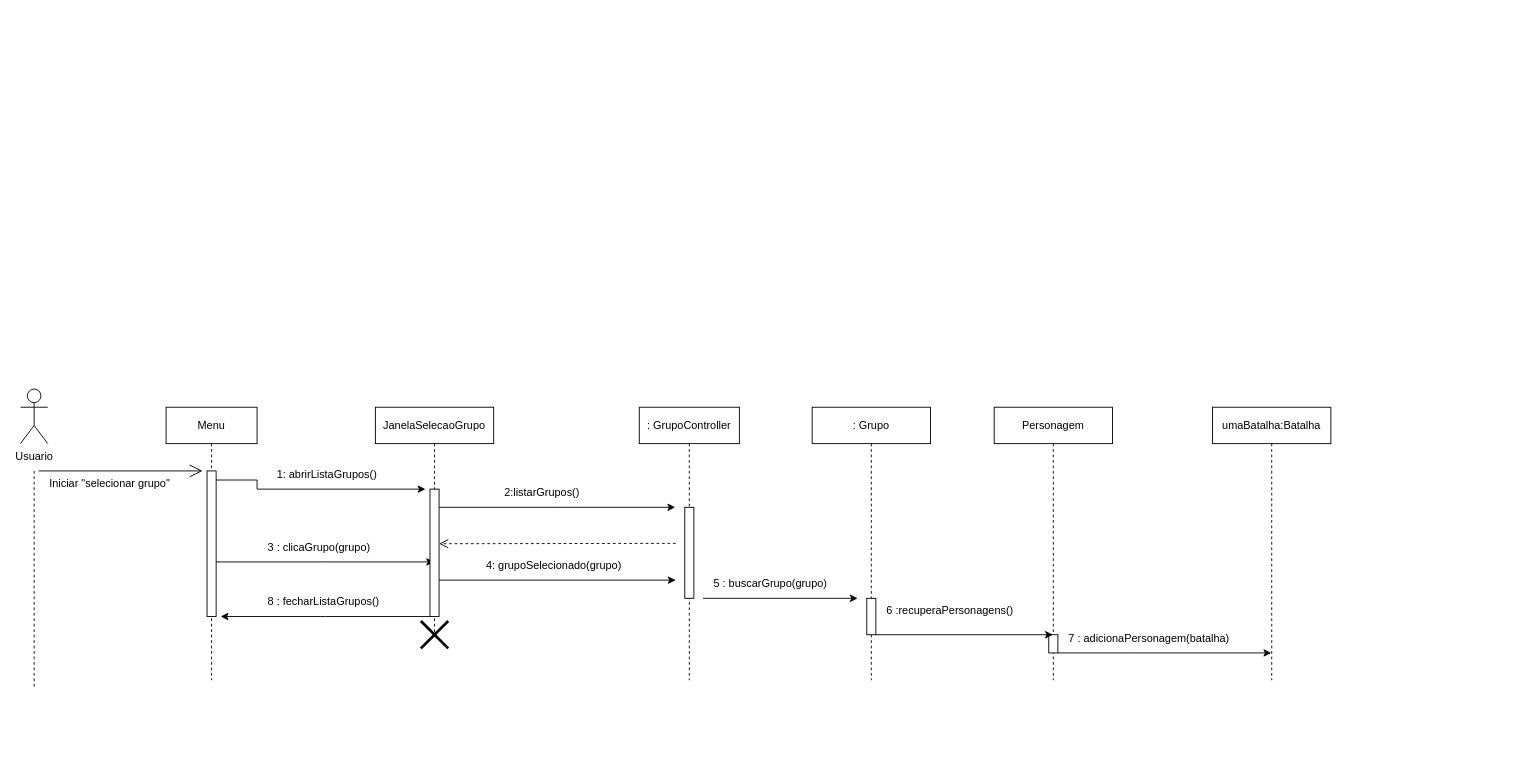
vaniacourses/trabalho-pratico-time-rpg keeps this draw.io diagram as Diagramas - Entrega 1/Diagramas de Sequência/Selecionar_grupo_dss.drawio. Above is the earlier version. Source tidied: cells renumbered, new cells numbered last; positions are measured from the earlier drawing's top-left corner, leaving out a move shared by most shapes. Both pictures are drawn from the tidied source at 91%, with x=0, y=0 at pixel (20, 389).
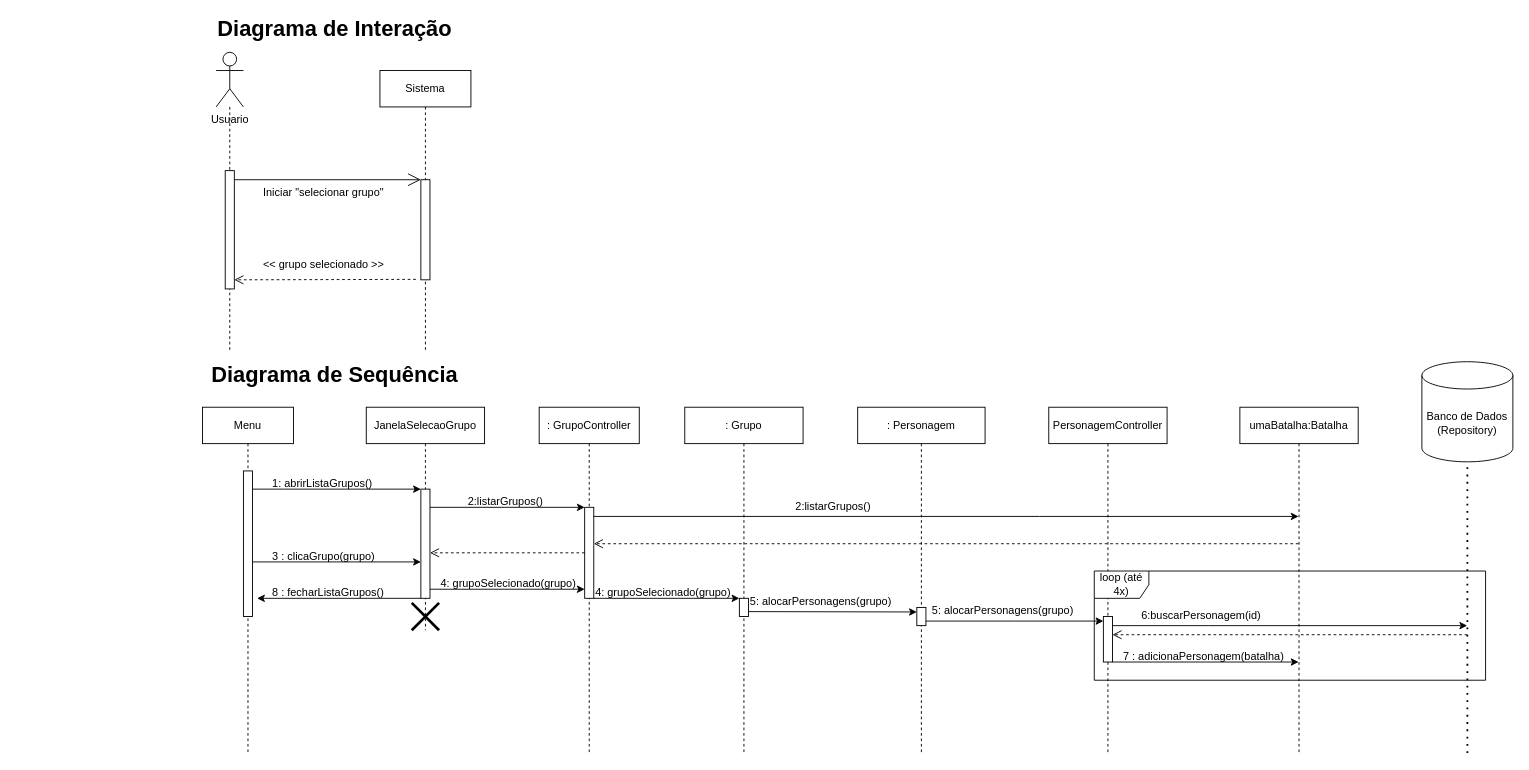
The same page after the edit.

Unchanged cells that the change refers to:
```xml
<mxCell id="8" style="html=1;points=[];perimeter=orthogonalPerimeter;outlineConnect=0;targetShapes=umlLifeline;portConstraint=eastwest;newEdgeStyle={&quot;edgeStyle&quot;:&quot;elbowEdgeStyle&quot;,&quot;elbow&quot;:&quot;vertical&quot;,&quot;curved&quot;:0,&quot;rounded&quot;:0};" parent="7" vertex="1">
  <mxGeometry x="50" y="110" width="10" height="100" as="geometry" />
</mxCell>
<mxCell id="12" style="html=1;points=[];perimeter=orthogonalPerimeter;outlineConnect=0;targetShapes=umlLifeline;portConstraint=eastwest;newEdgeStyle={&quot;edgeStyle&quot;:&quot;elbowEdgeStyle&quot;,&quot;elbow&quot;:&quot;vertical&quot;,&quot;curved&quot;:0,&quot;rounded&quot;:0};" parent="11" vertex="1">
  <mxGeometry x="45" y="70" width="10" height="160" as="geometry" />
</mxCell>
```

The edit, as a diff of the source:
```diff
@@
-    <mxCell id="2" style="edgeStyle=elbowEdgeStyle;rounded=0;orthogonalLoop=1;jettySize=auto;html=1;elbow=vertical;curved=0;" parent="1" edge="1">
+    <mxCell id="2" style="edgeStyle=elbowEdgeStyle;rounded=0;jettySize=auto;html=1;elbow=vertical;curved=0;" parent="1" edge="1" target="5">
       <mxGeometry relative="1" as="geometry">
-        <mxPoint x="215" y="190" as="sourcePoint" />
-        <mxPoint x="454.5" y="190" as="targetPoint" />
+        <mxPoint x="255" y="190" as="sourcePoint" />
       </mxGeometry>
     </mxCell>
-    <mxCell id="3" style="edgeStyle=elbowEdgeStyle;rounded=0;orthogonalLoop=1;jettySize=auto;html=1;elbow=vertical;curved=0;" parent="1" edge="1">
+    <mxCell id="3" style="edgeStyle=elbowEdgeStyle;rounded=0;jettySize=auto;html=1;elbow=vertical;curved=0;" parent="1" edge="1" target="8">
       <mxGeometry relative="1" as="geometry">
-        <mxPoint x="454.6" y="130" as="sourcePoint" />
-        <mxPoint x="719.5" y="130" as="targetPoint" />
+        <mxPoint x="444.6" y="130" as="sourcePoint" />
       </mxGeometry>
     </mxCell>
     <mxCell id="4" value="JanelaSelecaoGrupo" style="shape=umlLifeline;perimeter=lifelinePerimeter;whiteSpace=wrap;html=1;newEdgeStyle={&quot;edgeStyle&quot;:&quot;elbowEdgeStyle&quot;,&quot;elbow&quot;:&quot;vertical&quot;,&quot;curved&quot;:0,&quot;rounded&quot;:0};" parent="1" vertex="1">
-      <mxGeometry x="390" y="20" width="130" height="250" as="geometry" />
+      <mxGeometry x="380" y="20" width="130" height="245" as="geometry" />
     </mxCell>
     <mxCell id="5" style="html=1;points=[];perimeter=orthogonalPerimeter;outlineConnect=0;targetShapes=umlLifeline;portConstraint=eastwest;newEdgeStyle={&quot;edgeStyle&quot;:&quot;elbowEdgeStyle&quot;,&quot;elbow&quot;:&quot;vertical&quot;,&quot;curved&quot;:0,&quot;rounded&quot;:0};" parent="4" vertex="1">
-      <mxGeometry x="60" y="90" width="10" height="140" as="geometry" />
+      <mxGeometry x="60" y="90" width="10" height="120" as="geometry" />
     </mxCell>
     <mxCell id="6" style="shape=umlDestroy;whiteSpace=wrap;html=1;strokeWidth=3;targetShapes=umlLifeline;" parent="4" vertex="1">
-      <mxGeometry x="50" y="235" width="30" height="30" as="geometry" />
+      <mxGeometry x="50" y="215" width="30" height="30" as="geometry" />
     </mxCell>
     <mxCell id="7" value=": GrupoController" style="shape=umlLifeline;perimeter=lifelinePerimeter;whiteSpace=wrap;html=1;newEdgeStyle={&quot;edgeStyle&quot;:&quot;elbowEdgeStyle&quot;,&quot;elbow&quot;:&quot;vertical&quot;,&quot;curved&quot;:0,&quot;rounded&quot;:0};" parent="1" vertex="1">
-      <mxGeometry x="680" y="20" width="110" height="300" as="geometry" />
+      <mxGeometry x="570" y="20" width="110" height="380" as="geometry" />
     </mxCell>
@@
-    <mxCell id="9" style="edgeStyle=orthogonalEdgeStyle;rounded=0;orthogonalLoop=1;jettySize=auto;html=1;curved=0;" parent="1" edge="1">
+    <mxCell id="9" style="edgeStyle=orthogonalEdgeStyle;rounded=0;jettySize=auto;html=1;curved=0;" parent="1" edge="1" source="12">
       <mxGeometry relative="1" as="geometry">
-        <mxPoint x="210" y="100" as="sourcePoint" />
-        <mxPoint x="445" y="110" as="targetPoint" />
+        <mxPoint x="440" y="110" as="targetPoint" />
         <Array as="points">
-          <mxPoint x="260" y="100" />
-          <mxPoint x="260" y="110" />
-          <mxPoint x="445" y="110" />
+          <mxPoint x="290" y="110" />
+          <mxPoint x="290" y="110" />
         </Array>
       </mxGeometry>
     </mxCell>
     <mxCell id="10" value="1: abrirListaGrupos()" style="text;whiteSpace=wrap;html=1;" parent="1" vertex="1">
-      <mxGeometry x="280" y="80" width="140" height="40" as="geometry" />
+      <mxGeometry x="275" y="90" width="140" height="40" as="geometry" />
     </mxCell>
     <mxCell id="11" value="Menu" style="shape=umlLifeline;perimeter=lifelinePerimeter;whiteSpace=wrap;html=1;newEdgeStyle={&quot;edgeStyle&quot;:&quot;elbowEdgeStyle&quot;,&quot;elbow&quot;:&quot;vertical&quot;,&quot;curved&quot;:0,&quot;rounded&quot;:0};" parent="1" vertex="1">
-      <mxGeometry x="160" y="20" width="100" height="300" as="geometry" />
+      <mxGeometry x="200" y="20" width="100" height="380" as="geometry" />
     </mxCell>
@@
     <mxCell id="13" value="2:listarGrupos()" style="text;whiteSpace=wrap;html=1;" parent="1" vertex="1">
-      <mxGeometry x="530" y="100" width="120" height="40" as="geometry" />
+      <mxGeometry x="490" y="110" width="120" height="40" as="geometry" />
     </mxCell>
-    <mxCell id="14" style="html=1;verticalAlign=bottom;endArrow=open;dashed=1;endSize=8;curved=0;rounded=0;" parent="1" edge="1">
+    <mxCell id="14" style="html=1;verticalAlign=bottom;endArrow=open;dashed=1;endSize=8;curved=0;rounded=0;" parent="1" edge="1" source="32">
       <mxGeometry relative="1" as="geometry">
-        <mxPoint x="720" y="169.6" as="sourcePoint" />
-        <mxPoint x="460" y="170" as="targetPoint" />
+        <mxPoint x="630" y="170" as="targetPoint" />
       </mxGeometry>
     </mxCell>
     <mxCell id="15" value="3 : clicaGrupo(grupo)" style="text;whiteSpace=wrap;html=1;" parent="1" vertex="1">
-      <mxGeometry x="270" y="160" width="140" height="40" as="geometry" />
+      <mxGeometry x="275" y="170" width="140" height="40" as="geometry" />
     </mxCell>
-    <mxCell id="16" style="edgeStyle=elbowEdgeStyle;rounded=0;jettySize=auto;html=1;elbow=vertical;curved=0;" parent="1" edge="1" source="5">
+    <mxCell id="16" style="edgeStyle=elbowEdgeStyle;rounded=0;jettySize=auto;html=1;elbow=horizontal;curved=0;" parent="1" edge="1" target="8">
       <mxGeometry relative="1" as="geometry">
-        <mxPoint x="720" y="210" as="targetPoint" />
+        <mxPoint x="450" y="220" as="sourcePoint" />
+        <Array as="points">
+          <mxPoint x="470" y="220" />
+        </Array>
       </mxGeometry>
     </mxCell>
     <mxCell id="17" value="4: grupoSelecionado(grupo)" style="text;whiteSpace=wrap;html=1;" parent="1" vertex="1">
-      <mxGeometry x="510" y="180" width="180" height="30" as="geometry" />
+      <mxGeometry x="460" y="200" width="180" height="30" as="geometry" />
     </mxCell>
-    <mxCell id="18" value="Personagem" style="shape=umlLifeline;perimeter=lifelinePerimeter;whiteSpace=wrap;html=1;outlineConnect=0;portConstraint=eastwest;newEdgeStyle={&quot;edgeStyle&quot;:&quot;elbowEdgeStyle&quot;,&quot;elbow&quot;:&quot;vertical&quot;,&quot;curved&quot;:0,&quot;rounded&quot;:0};" parent="1" vertex="1">
-      <mxGeometry x="1070" y="20" width="130" height="300" as="geometry" />
+    <mxCell id="18" value="PersonagemController" style="shape=umlLifeline;perimeter=lifelinePerimeter;whiteSpace=wrap;html=1;outlineConnect=0;portConstraint=eastwest;newEdgeStyle={&quot;edgeStyle&quot;:&quot;elbowEdgeStyle&quot;,&quot;elbow&quot;:&quot;vertical&quot;,&quot;curved&quot;:0,&quot;rounded&quot;:0};" parent="1" vertex="1">
+      <mxGeometry x="1130" y="20" width="130" height="380" as="geometry" />
     </mxCell>
-    <mxCell id="19" style="html=1;points=[];perimeter=orthogonalPerimeter;outlineConnect=0;targetShapes=umlLifeline;portConstraint=eastwest;newEdgeStyle={&quot;edgeStyle&quot;:&quot;elbowEdgeStyle&quot;,&quot;elbow&quot;:&quot;vertical&quot;,&quot;curved&quot;:0,&quot;rounded&quot;:0};" parent="18" vertex="1">
-      <mxGeometry x="60" y="250" width="10" height="20" as="geometry" />
-    </mxCell>
-    <mxCell id="20" style="edgeStyle=elbowEdgeStyle;rounded=0;jettySize=auto;html=1;elbow=horizontal;curved=0;entryX=1;entryY=1;entryDx=0;entryDy=0;" parent="1" edge="1" target="21">
+    <mxCell id="20" style="edgeStyle=elbowEdgeStyle;rounded=0;jettySize=auto;html=1;elbow=horizontal;curved=0;" parent="1" edge="1" source="8" target="25">
       <mxGeometry relative="1" as="geometry">
-        <mxPoint x="750" y="230" as="sourcePoint" />
         <Array as="points">
-          <mxPoint x="750" y="230" />
+          <mxPoint x="640" y="230" />
         </Array>
       </mxGeometry>
     </mxCell>
-    <mxCell id="21" value="5 : buscarGrupo(grupo)" style="text;whiteSpace=wrap;html=1;" parent="1" vertex="1">
-      <mxGeometry x="760" y="200" width="160" height="30" as="geometry" />
-    </mxCell>
     <mxCell id="22" style="edgeStyle=elbowEdgeStyle;rounded=0;orthogonalLoop=1;jettySize=auto;html=1;elbow=vertical;curved=0;" parent="1" edge="1">
       <mxGeometry relative="1" as="geometry">
-        <mxPoint x="450" y="250" as="sourcePoint" />
-        <mxPoint x="220" y="250" as="targetPoint" />
+        <mxPoint x="440" y="230" as="sourcePoint" />
+        <mxPoint x="260" y="230.3" as="targetPoint" />
       </mxGeometry>
     </mxCell>
     <mxCell id="23" value="8 : fecharListaGrupos()" style="text;whiteSpace=wrap;html=1;" parent="1" vertex="1">
-      <mxGeometry x="270" y="220" width="140" height="40" as="geometry" />
+      <mxGeometry x="275" y="210" width="140" height="40" as="geometry" />
     </mxCell>
     <mxCell id="24" value=": Grupo" style="shape=umlLifeline;perimeter=lifelinePerimeter;whiteSpace=wrap;html=1;newEdgeStyle={&quot;edgeStyle&quot;:&quot;elbowEdgeStyle&quot;,&quot;elbow&quot;:&quot;vertical&quot;,&quot;curved&quot;:0,&quot;rounded&quot;:0};" parent="1" vertex="1">
-      <mxGeometry x="870" y="20" width="130" height="300" as="geometry" />
+      <mxGeometry x="730" y="20" width="130" height="380" as="geometry" />
     </mxCell>
     <mxCell id="25" style="html=1;points=[];perimeter=orthogonalPerimeter;outlineConnect=0;targetShapes=umlLifeline;portConstraint=eastwest;newEdgeStyle={&quot;edgeStyle&quot;:&quot;elbowEdgeStyle&quot;,&quot;elbow&quot;:&quot;vertical&quot;,&quot;curved&quot;:0,&quot;rounded&quot;:0};" parent="24" vertex="1">
-      <mxGeometry x="60" y="210" width="10" height="40" as="geometry" />
+      <mxGeometry x="60" y="210" width="10" height="20" as="geometry" />
     </mxCell>
-    <mxCell id="26" style="edgeStyle=elbowEdgeStyle;rounded=0;jettySize=auto;html=1;elbow=vertical;curved=0;" parent="1" edge="1" source="25" target="18">
+    <mxCell id="26" style="edgeStyle=elbowEdgeStyle;rounded=0;jettySize=auto;html=1;elbow=vertical;curved=0;" parent="1" edge="1" source="19">
       <mxGeometry relative="1" as="geometry">
+        <mxPoint x="1589.8" y="260" as="targetPoint" />
         <Array as="points">
-          <mxPoint x="1060" y="270" />
+          <mxPoint x="1305.2" y="260" />
+          <mxPoint x="1335.2" y="220" />
         </Array>
       </mxGeometry>
     </mxCell>
+    <mxCell id="32" value="umaBatalha:Batalha" style="shape=umlLifeline;perimeter=lifelinePerimeter;whiteSpace=wrap;html=1;outlineConnect=0;portConstraint=eastwest;newEdgeStyle={&quot;edgeStyle&quot;:&quot;elbowEdgeStyle&quot;,&quot;elbow&quot;:&quot;vertical&quot;,&quot;curved&quot;:0,&quot;rounded&quot;:0};" parent="1" vertex="1">
+      <mxGeometry x="1340" y="20" width="130" height="380" as="geometry" />
+    </mxCell>
+    <mxCell id="34" value="7 : adicionaPersonagem(batalha)" style="text;whiteSpace=wrap;html=1;" parent="1" vertex="1">
+      <mxGeometry x="1210" y="280" width="210" height="20" as="geometry" />
+    </mxCell>
+    <mxCell id="35" value="loop (até 4x)" style="shape=umlFrame;whiteSpace=wrap;html=1;" parent="1" vertex="1">
+      <mxGeometry x="1180" y="200" width="430" height="120" as="geometry" />
+    </mxCell>
     <mxCell id="27" value="Usuario" style="shape=umlActor;verticalLabelPosition=bottom;verticalAlign=top;html=1;" parent="1" vertex="1">
-      <mxGeometry width="30" height="60" as="geometry" />
+      <mxGeometry x="215" y="-370" width="30" height="60" as="geometry" />
     </mxCell>
-    <mxCell id="28" style="endArrow=none;dashed=1;endFill=0;endSize=12;html=1;rounded=0;startFill=0;" parent="1" edge="1">
-      <mxGeometry relative="1" as="geometry">
-        <mxPoint x="15" y="90" as="sourcePoint" />
-        <mxPoint x="15" y="330" as="targetPoint" />
-        <Array as="points">
-          <mxPoint x="15" y="200" />
-        </Array>
-      </mxGeometry>
-    </mxCell>
-    <mxCell id="29" style="endArrow=open;endFill=1;endSize=12;html=1;rounded=0;" parent="1" edge="1">
-      <mxGeometry relative="1" as="geometry">
-        <mxPoint x="20" y="90" as="sourcePoint" />
-        <mxPoint x="200" y="90" as="targetPoint" />
-      </mxGeometry>
-    </mxCell>
+    <mxCell id="36" style="endArrow=none;dashed=1;endFill=0;endSize=12;html=1;rounded=0;startFill=0;" parent="1" edge="1" source="27">
+      <mxGeometry relative="1" as="geometry">
+        <mxPoint x="230" y="-40" as="targetPoint" />
+        <Array as="points">
+          <mxPoint x="230" y="-170" />
+        </Array>
+      </mxGeometry>
+    </mxCell>
+    <mxCell id="37" style="endArrow=open;endFill=1;endSize=12;html=1;rounded=0;" parent="1" edge="1" target="39">
+      <mxGeometry relative="1" as="geometry">
+        <mxPoint x="235" y="-230" as="sourcePoint" />
+      </mxGeometry>
+    </mxCell>
-    <mxCell id="30" value="Iniciar &quot;selecionar grupo&quot;" style="text;whiteSpace=wrap;html=1;" parent="1" vertex="1">
-      <mxGeometry x="30" y="90" width="160" height="40" as="geometry" />
+    <mxCell id="30" value="Iniciar&amp;nbsp;&lt;span style=&quot;background-color: transparent; color: light-dark(rgb(0, 0, 0), rgb(255, 255, 255));&quot;&gt;&quot;selecionar grupo&quot;&lt;/span&gt;" style="text;whiteSpace=wrap;html=1;" parent="1" vertex="1">
+      <mxGeometry x="265" y="-230" width="160" height="40" as="geometry" />
     </mxCell>
-    <mxCell id="31" value="6 :recuperaPersonagens()" style="text;whiteSpace=wrap;html=1;" parent="1" vertex="1">
-      <mxGeometry x="950" y="230" width="180" height="30" as="geometry" />
-    </mxCell>
-    <mxCell id="32" value="umaBatalha:Batalha" style="shape=umlLifeline;perimeter=lifelinePerimeter;whiteSpace=wrap;html=1;outlineConnect=0;portConstraint=eastwest;newEdgeStyle={&quot;edgeStyle&quot;:&quot;elbowEdgeStyle&quot;,&quot;elbow&quot;:&quot;vertical&quot;,&quot;curved&quot;:0,&quot;rounded&quot;:0};" parent="1" vertex="1">
-      <mxGeometry x="1310" y="20" width="130" height="300" as="geometry" />
-    </mxCell>
-    <mxCell id="33" style="edgeStyle=elbowEdgeStyle;rounded=0;jettySize=auto;html=1;elbow=vertical;curved=0;" parent="1" edge="1" target="32">
-      <mxGeometry relative="1" as="geometry">
-        <mxPoint x="1140" y="290" as="sourcePoint" />
-      </mxGeometry>
-    </mxCell>
-    <mxCell id="34" value="7 : adicionaPersonagem(batalha)" style="text;whiteSpace=wrap;html=1;" parent="1" vertex="1">
-      <mxGeometry x="1150" y="260" width="210" height="20" as="geometry" />
-    </mxCell>
+    <mxCell id="38" value="Sistema" style="shape=umlLifeline;perimeter=lifelinePerimeter;whiteSpace=wrap;html=1;newEdgeStyle={&quot;edgeStyle&quot;:&quot;elbowEdgeStyle&quot;,&quot;elbow&quot;:&quot;vertical&quot;,&quot;curved&quot;:0,&quot;rounded&quot;:0};" parent="1" vertex="1">
+      <mxGeometry x="395" y="-350" width="100" height="310" as="geometry" />
+    </mxCell>
+    <mxCell id="39" style="html=1;points=[];perimeter=orthogonalPerimeter;outlineConnect=0;targetShapes=umlLifeline;portConstraint=eastwest;newEdgeStyle={&quot;edgeStyle&quot;:&quot;elbowEdgeStyle&quot;,&quot;elbow&quot;:&quot;vertical&quot;,&quot;curved&quot;:0,&quot;rounded&quot;:0};" parent="38" vertex="1">
+      <mxGeometry x="45" y="120" width="10" height="110" as="geometry" />
+    </mxCell>
+    <mxCell id="40" style="html=1;verticalAlign=bottom;endArrow=open;dashed=1;endSize=8;curved=0;rounded=0;" parent="1" edge="1">
+      <mxGeometry relative="1" as="geometry">
+        <mxPoint x="434.5" y="-120.5" as="sourcePoint" />
+        <mxPoint x="235" y="-120" as="targetPoint" />
+      </mxGeometry>
+    </mxCell>
+    <mxCell id="41" value="&amp;lt;&amp;lt; grupo selecionado &amp;gt;&amp;gt;" style="text;whiteSpace=wrap;html=1;" parent="1" vertex="1">
+      <mxGeometry x="265" y="-150" width="160" height="40" as="geometry" />
+    </mxCell>
+    <mxCell id="42" style="html=1;perimeter=orthogonalPerimeter;targetShapes=umlLifeline;newEdgeStyle={&quot;edgeStyle&quot;:&quot;elbowEdgeStyle&quot;,&quot;elbow&quot;:&quot;vertical&quot;,&quot;curved&quot;:0,&quot;rounded&quot;:0};" parent="1" vertex="1">
+      <mxGeometry x="225" y="-240" width="10" height="130" as="geometry" />
+    </mxCell>
+    <mxCell id="43" value="Diagrama de Interação" style="text;strokeColor=none;fillColor=none;html=1;fontSize=24;fontStyle=1;verticalAlign=middle;align=center;" parent="1" vertex="1">
+      <mxGeometry x="200" y="-410" width="290" height="30" as="geometry" />
+    </mxCell>
+    <mxCell id="44" value="Diagrama de Sequência" style="text;strokeColor=none;fillColor=none;html=1;fontSize=24;fontStyle=1;verticalAlign=middle;align=center;" parent="1" vertex="1">
+      <mxGeometry x="200" y="-30" width="290" height="30" as="geometry" />
+    </mxCell>
+    <mxCell id="45" value="Banco de Dados&lt;br&gt;(Repository)" style="shape=cylinder3;whiteSpace=wrap;html=1;boundedLbl=1;backgroundOutline=1;size=15;" parent="1" vertex="1">
+      <mxGeometry x="1540" y="-30" width="100" height="110" as="geometry" />
+    </mxCell>
+    <mxCell id="46" style="endArrow=none;dashed=1;html=1;dashPattern=1 3;strokeWidth=2;rounded=0;entryX=0.5;entryY=1;entryDx=0;entryDy=0;entryPerimeter=0;" parent="1" edge="1" target="45">
+      <mxGeometry relative="1" as="geometry">
+        <mxPoint x="1590" y="400" as="sourcePoint" />
+      </mxGeometry>
+    </mxCell>
+    <mxCell id="47" value="2:listarGrupos()" style="text;whiteSpace=wrap;html=1;" parent="1" vertex="1">
+      <mxGeometry x="850" y="115" width="120" height="30" as="geometry" />
+    </mxCell>
+    <mxCell id="48" style="html=1;verticalAlign=bottom;endArrow=open;dashed=1;endSize=8;curved=0;rounded=0;" parent="1" edge="1">
+      <mxGeometry relative="1" as="geometry">
+        <mxPoint x="620" y="180" as="sourcePoint" />
+        <mxPoint x="450" y="180" as="targetPoint" />
+      </mxGeometry>
+    </mxCell>
+    <mxCell id="49" style="edgeStyle=elbowEdgeStyle;rounded=0;jettySize=auto;html=1;elbow=vertical;curved=0;" parent="1" edge="1" source="19" target="32">
+      <mxGeometry relative="1" as="geometry">
+        <Array as="points">
+          <mxPoint x="1330" y="300" />
+          <mxPoint x="1310" y="330" />
+        </Array>
+      </mxGeometry>
+    </mxCell>
+    <mxCell id="50" value="4: grupoSelecionado(grupo)" style="text;whiteSpace=wrap;html=1;" parent="1" vertex="1">
+      <mxGeometry x="630" y="210" width="180" height="30" as="geometry" />
+    </mxCell>
+    <mxCell id="51" value="5: alocarPersonagens(grupo)" style="text;whiteSpace=wrap;html=1;" parent="1" vertex="1">
+      <mxGeometry x="800" y="220" width="180" height="30" as="geometry" />
+    </mxCell>
+    <mxCell id="52" value="5: alocarPersonagens(grupo)" style="text;whiteSpace=wrap;html=1;" parent="1" vertex="1">
+      <mxGeometry x="1000" y="230" width="180" height="30" as="geometry" />
+    </mxCell>
+    <mxCell id="53" style="html=1;verticalAlign=bottom;endArrow=open;dashed=1;endSize=8;curved=0;rounded=0;" parent="1" edge="1" target="19">
+      <mxGeometry relative="1" as="geometry">
+        <mxPoint x="1590" y="270" as="sourcePoint" />
+      </mxGeometry>
+    </mxCell>
+    <mxCell id="54" value=": Personagem" style="shape=umlLifeline;perimeter=lifelinePerimeter;whiteSpace=wrap;html=1;newEdgeStyle={&quot;edgeStyle&quot;:&quot;elbowEdgeStyle&quot;,&quot;elbow&quot;:&quot;vertical&quot;,&quot;curved&quot;:0,&quot;rounded&quot;:0};" parent="1" vertex="1">
+      <mxGeometry x="920" y="20" width="140" height="380" as="geometry" />
+    </mxCell>
+    <mxCell id="55" style="html=1;points=[];perimeter=orthogonalPerimeter;outlineConnect=0;targetShapes=umlLifeline;portConstraint=eastwest;newEdgeStyle={&quot;edgeStyle&quot;:&quot;elbowEdgeStyle&quot;,&quot;elbow&quot;:&quot;vertical&quot;,&quot;curved&quot;:0,&quot;rounded&quot;:0};" parent="54" vertex="1">
+      <mxGeometry x="65" y="220" width="10" height="20" as="geometry" />
+    </mxCell>
+    <mxCell id="56" style="edgeStyle=elbowEdgeStyle;rounded=0;jettySize=auto;html=1;elbow=vertical;curved=0;" parent="1" edge="1" target="55">
+      <mxGeometry relative="1" as="geometry">
+        <mxPoint x="800.5" y="244.6" as="sourcePoint" />
+      </mxGeometry>
+    </mxCell>
+    <mxCell id="57" value="6:buscarPersonagem(id)" style="text;whiteSpace=wrap;html=1;" parent="1" vertex="1">
+      <mxGeometry x="1230" y="235" width="190" height="20" as="geometry" />
+    </mxCell>
+    <mxCell id="58" style="edgeStyle=elbowEdgeStyle;rounded=0;jettySize=auto;html=1;elbow=vertical;curved=0;" parent="1" edge="1" source="55" target="19">
+      <mxGeometry relative="1" as="geometry" />
+    </mxCell>
+    <mxCell id="19" style="html=1;points=[];perimeter=orthogonalPerimeter;outlineConnect=0;targetShapes=umlLifeline;portConstraint=eastwest;newEdgeStyle={&quot;edgeStyle&quot;:&quot;elbowEdgeStyle&quot;,&quot;elbow&quot;:&quot;vertical&quot;,&quot;curved&quot;:0,&quot;rounded&quot;:0};" parent="1" vertex="1">
+      <mxGeometry x="1190" y="250" width="10" height="50" as="geometry" />
+    </mxCell>
+    <mxCell id="59" style="edgeStyle=elbowEdgeStyle;rounded=0;jettySize=auto;html=1;elbow=vertical;curved=0;" parent="1" edge="1" source="8" target="32">
+      <mxGeometry relative="1" as="geometry">
+        <Array as="points">
+          <mxPoint x="1120" y="140" />
+        </Array>
+      </mxGeometry>
+    </mxCell>
```
